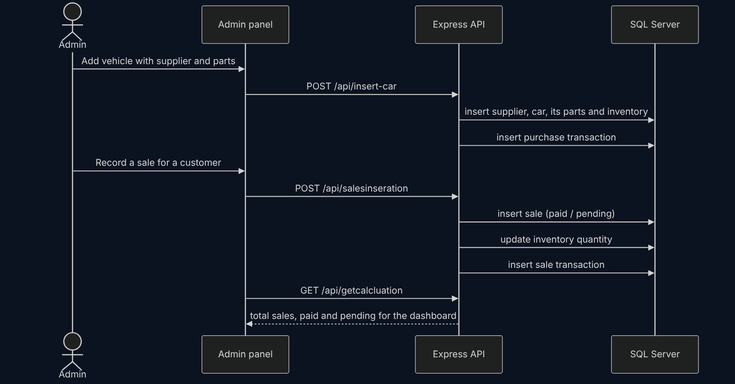
The Mermaid diagram docs/sale_flow.png in Rohullah1122/Rahmani-s-Group, before a commit. Its source is kept beside it as docs/sale_flow.mmd.
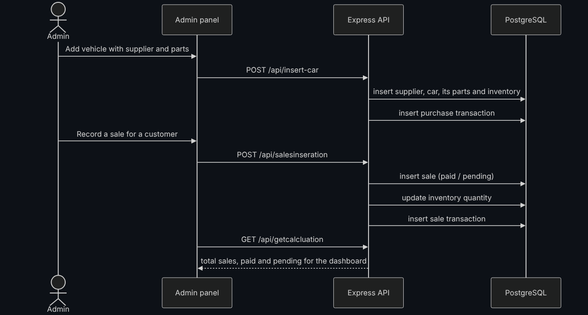
After the change.

The edit, as a diff of the source:
```diff
@@ -2,7 +2,7 @@
     actor A as Admin
     participant W as Admin panel
     participant S as Express API
-    participant D as SQL Server
+    participant D as PostgreSQL
     A->>W: Add vehicle with supplier and parts
     W->>S: POST /api/insert-car
     S->>D: insert supplier, car, its parts and inventory
```
